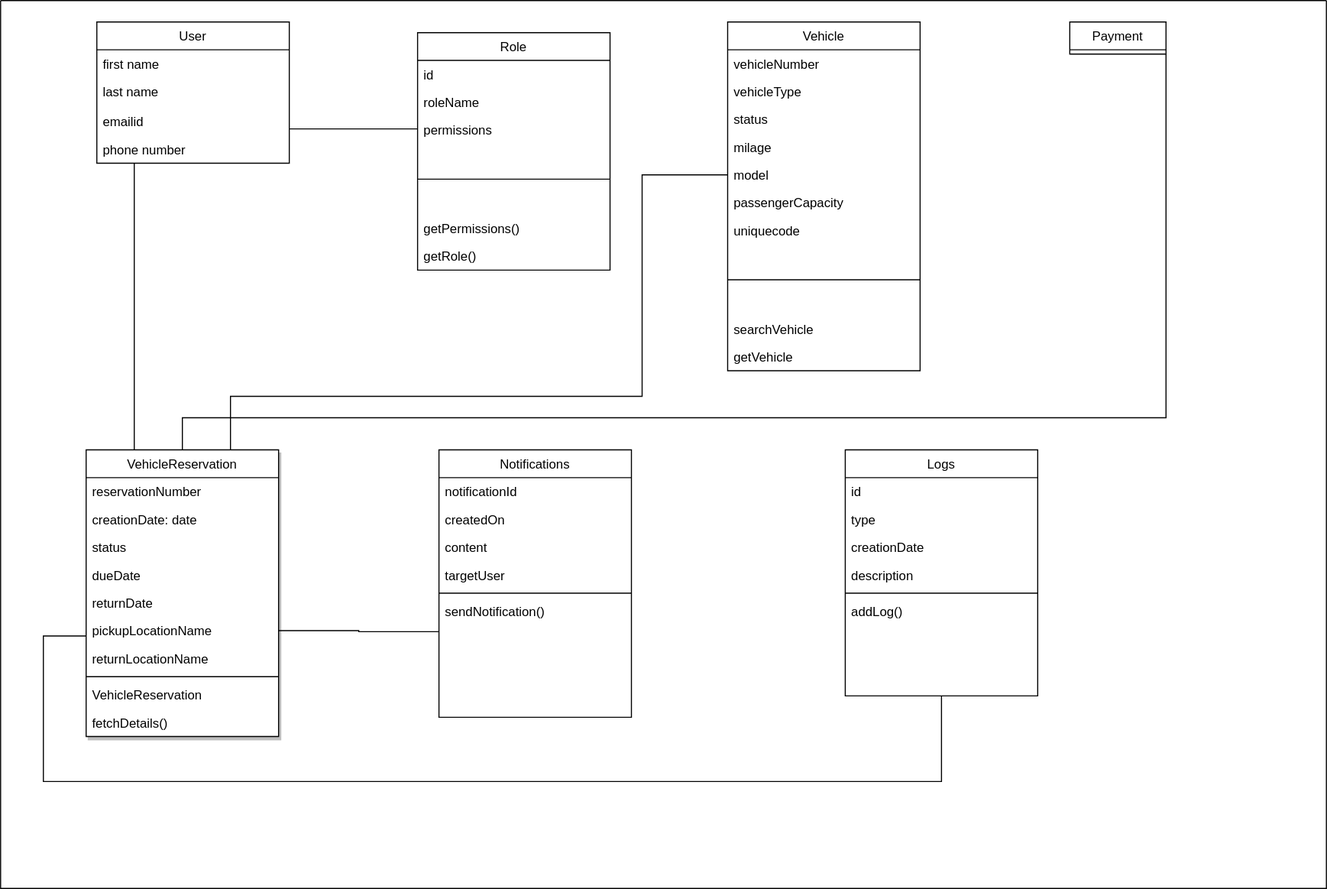
Earlier version of the draw.io export Untitled Diagram.drawio.svg (CODEr-SaNjU/system_design_pattern). Source tidied: cells renumbered, new cells last; positions are measured from the earlier drawing's top-left corner, leaving out a move shared by most shapes.
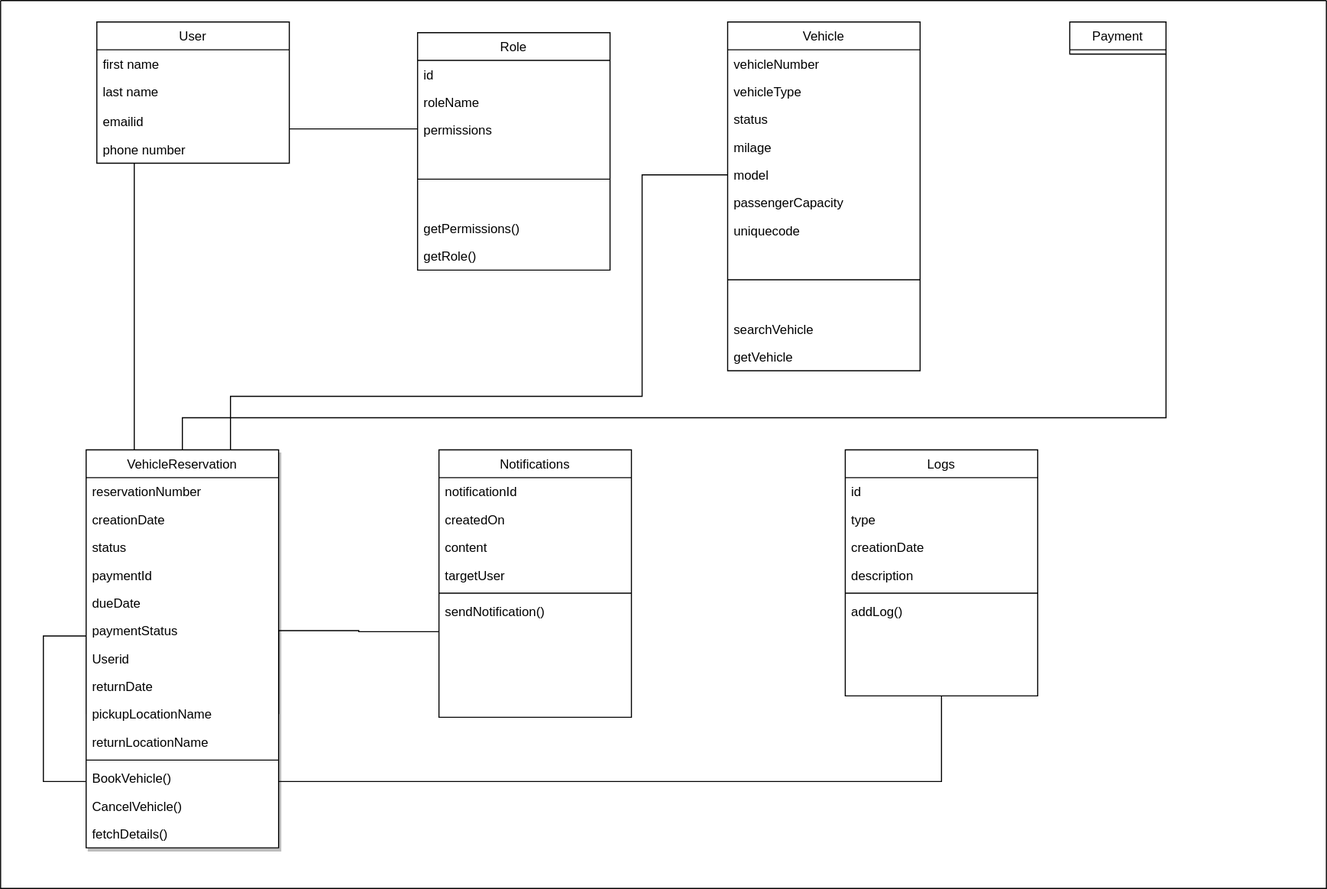
The same file after the commit.

Diff of the diagram source:
```diff
@@ -163,37 +163,49 @@
       </mxGeometry>
     </mxCell>
     <mxCell id="46" value="VehicleReservation" style="swimlane;fontStyle=0;align=center;verticalAlign=top;horizontal=1;startSize=26;swimlaneFillColor=#ffffff;rounded=0;shadow=1;glass=0;comic=0;labelBackgroundColor=none;strokeWidth=1;fontSize=12;html=0;" parent="2" vertex="1">
-      <mxGeometry x="80" y="420" width="180" height="268" as="geometry" />
+      <mxGeometry x="80" y="420" width="180" height="372" as="geometry" />
     </mxCell>
     <mxCell id="47" value="reservationNumber" style="text;strokeColor=none;fillColor=none;align=left;verticalAlign=top;spacingLeft=4;spacingRight=4;overflow=hidden;labelBackgroundColor=none;" parent="46" vertex="1">
       <mxGeometry y="26" width="180" height="26" as="geometry" />
     </mxCell>
-    <mxCell id="48" value="creationDate: date" style="text;strokeColor=none;fillColor=none;align=left;verticalAlign=top;spacingLeft=4;spacingRight=4;overflow=hidden;labelBackgroundColor=none;" parent="46" vertex="1">
+    <mxCell id="48" value="creationDate" style="text;strokeColor=none;fillColor=none;align=left;verticalAlign=top;spacingLeft=4;spacingRight=4;overflow=hidden;labelBackgroundColor=none;" parent="46" vertex="1">
       <mxGeometry y="52" width="180" height="26" as="geometry" />
     </mxCell>
     <mxCell id="49" value="status" style="text;strokeColor=none;fillColor=none;align=left;verticalAlign=top;spacingLeft=4;spacingRight=4;overflow=hidden;labelBackgroundColor=none;" parent="46" vertex="1">
       <mxGeometry y="78" width="180" height="26" as="geometry" />
     </mxCell>
+    <mxCell id="58" value="paymentId" style="text;strokeColor=none;fillColor=none;align=left;verticalAlign=top;spacingLeft=4;spacingRight=4;overflow=hidden;" parent="46" vertex="1">
+      <mxGeometry y="104" width="180" height="26" as="geometry" />
+    </mxCell>
     <mxCell id="50" value="dueDate" style="text;strokeColor=none;fillColor=none;align=left;verticalAlign=top;spacingLeft=4;spacingRight=4;overflow=hidden;labelBackgroundColor=none;" parent="46" vertex="1">
-      <mxGeometry y="104" width="180" height="26" as="geometry" />
+      <mxGeometry y="130" width="180" height="26" as="geometry" />
     </mxCell>
+    <mxCell id="59" value="paymentStatus" style="text;strokeColor=none;fillColor=none;align=left;verticalAlign=top;spacingLeft=4;spacingRight=4;overflow=hidden;" parent="46" vertex="1">
+      <mxGeometry y="156" width="180" height="26" as="geometry" />
+    </mxCell>
+    <mxCell id="60" value="Userid" style="text;strokeColor=none;fillColor=none;align=left;verticalAlign=top;spacingLeft=4;spacingRight=4;overflow=hidden;" parent="46" vertex="1">
+      <mxGeometry y="182" width="180" height="26" as="geometry" />
+    </mxCell>
     <mxCell id="51" value="returnDate" style="text;strokeColor=none;fillColor=none;align=left;verticalAlign=top;spacingLeft=4;spacingRight=4;overflow=hidden;labelBackgroundColor=none;" parent="46" vertex="1">
-      <mxGeometry y="130" width="180" height="26" as="geometry" />
+      <mxGeometry y="208" width="180" height="26" as="geometry" />
     </mxCell>
     <mxCell id="52" value="pickupLocationName" style="text;strokeColor=none;fillColor=none;align=left;verticalAlign=top;spacingLeft=4;spacingRight=4;overflow=hidden;points=[[0,0.5],[1,0.5]];portConstraint=eastwest;labelBackgroundColor=none;" parent="46" vertex="1">
-      <mxGeometry y="156" width="180" height="26" as="geometry" />
+      <mxGeometry y="234" width="180" height="26" as="geometry" />
     </mxCell>
     <mxCell id="53" value="returnLocationName" style="text;strokeColor=none;fillColor=none;align=left;verticalAlign=top;spacingLeft=4;spacingRight=4;overflow=hidden;labelBackgroundColor=none;" parent="46" vertex="1">
-      <mxGeometry y="182" width="180" height="26" as="geometry" />
+      <mxGeometry y="260" width="180" height="26" as="geometry" />
     </mxCell>
     <mxCell id="54" style="line;strokeWidth=1;fillColor=none;align=left;verticalAlign=middle;spacingTop=-1;spacingLeft=3;spacingRight=3;labelPosition=right;labelBackgroundColor=none;" parent="46" vertex="1">
-      <mxGeometry y="208" width="180" height="8" as="geometry" />
+      <mxGeometry y="286" width="180" height="8" as="geometry" />
     </mxCell>
-    <mxCell id="55" value="VehicleReservation" style="text;strokeColor=none;fillColor=none;align=left;verticalAlign=top;spacingLeft=4;spacingRight=4;overflow=hidden;labelBackgroundColor=none;" parent="46" vertex="1">
-      <mxGeometry y="216" width="180" height="26" as="geometry" />
+    <mxCell id="55" value="BookVehicle()" style="text;strokeColor=none;fillColor=none;align=left;verticalAlign=top;spacingLeft=4;spacingRight=4;overflow=hidden;labelBackgroundColor=none;" parent="46" vertex="1">
+      <mxGeometry y="294" width="180" height="26" as="geometry" />
     </mxCell>
+    <mxCell id="61" value="CancelVehicle()" style="text;strokeColor=none;fillColor=none;align=left;verticalAlign=top;spacingLeft=4;spacingRight=4;overflow=hidden;" parent="46" vertex="1">
+      <mxGeometry y="320" width="180" height="26" as="geometry" />
+    </mxCell>
     <mxCell id="56" value="fetchDetails()" style="text;strokeColor=none;fillColor=none;align=left;verticalAlign=top;spacingLeft=4;spacingRight=4;overflow=hidden;labelBackgroundColor=none;" parent="46" vertex="1">
-      <mxGeometry y="242" width="180" height="26" as="geometry" />
+      <mxGeometry y="346" width="180" height="26" as="geometry" />
     </mxCell>
     <mxCell id="57" value="&lt;div&gt;&lt;br&gt;&lt;/div&gt;" style="text;html=1;align=center;verticalAlign=middle;strokeColor=none;fillColor=none;" parent="1" vertex="1">
       <mxGeometry x="460" y="215" width="20" height="30" as="geometry" />
```
